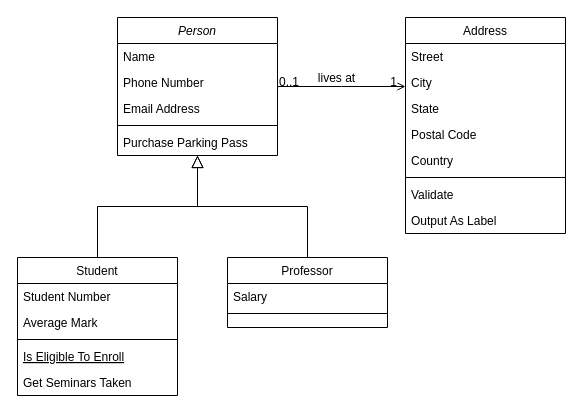
Before: Untitled Diagram.drawio in DoonOnthon/rsflips1, a draw.io diagram. Source tidied: cells renumbered, new cells numbered last; positions are measured from the earlier drawing's top-left corner, leaving out a move shared by most shapes. Both pictures are drawn from the tidied source at 100%, with x=0, y=0 at pixel (17, 17).
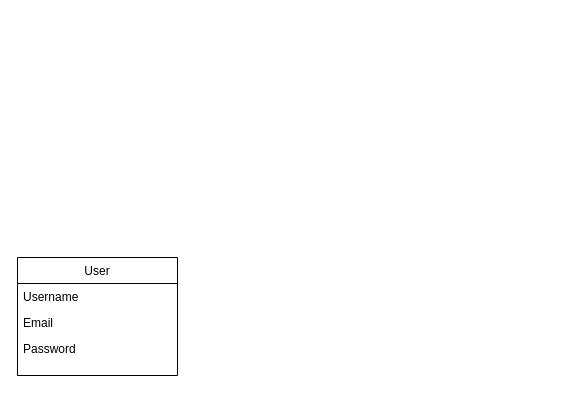
The same diagram, later.

The edit, as a diff of the source:
```diff
@@
-    <mxCell id="2" value="Person" style="swimlane;fontStyle=2;align=center;verticalAlign=top;horizontal=1;startSize=26;rounded=0;shadow=0;strokeWidth=1;" parent="1" vertex="1">
-      <mxGeometry x="100" width="160" height="138" as="geometry" />
-    </mxCell>
-    <mxCell id="3" value="Name" style="text;align=left;verticalAlign=top;spacingLeft=4;spacingRight=4;overflow=hidden;" parent="2" vertex="1">
-      <mxGeometry y="26" width="160" height="26" as="geometry" />
-    </mxCell>
-    <mxCell id="4" value="Phone Number" style="text;align=left;verticalAlign=top;spacingLeft=4;spacingRight=4;overflow=hidden;rounded=0;shadow=0;html=0;" parent="2" vertex="1">
-      <mxGeometry y="52" width="160" height="26" as="geometry" />
-    </mxCell>
-    <mxCell id="5" value="Email Address" style="text;align=left;verticalAlign=top;spacingLeft=4;spacingRight=4;overflow=hidden;rounded=0;shadow=0;html=0;" parent="2" vertex="1">
-      <mxGeometry y="78" width="160" height="26" as="geometry" />
-    </mxCell>
-    <mxCell id="6" style="line;html=1;strokeWidth=1;align=left;verticalAlign=middle;spacingTop=-1;spacingLeft=3;spacingRight=3;labelPosition=right;" parent="2" vertex="1">
-      <mxGeometry y="104" width="160" height="8" as="geometry" />
-    </mxCell>
-    <mxCell id="7" value="Purchase Parking Pass" style="text;align=left;verticalAlign=top;spacingLeft=4;spacingRight=4;overflow=hidden;" parent="2" vertex="1">
-      <mxGeometry y="112" width="160" height="26" as="geometry" />
-    </mxCell>
-    <mxCell id="8" value="Student" style="swimlane;fontStyle=0;align=center;verticalAlign=top;horizontal=1;startSize=26;rounded=0;shadow=0;strokeWidth=1;" parent="1" vertex="1">
-      <mxGeometry y="240" width="160" height="138" as="geometry" />
+    <mxCell id="8" value="User" style="swimlane;fontStyle=0;align=center;verticalAlign=top;horizontal=1;startSize=26;rounded=0;shadow=0;strokeWidth=1;" parent="1" vertex="1">
+      <mxGeometry y="240" width="160" height="118" as="geometry" />
     </mxCell>
-    <mxCell id="9" value="Student Number" style="text;align=left;verticalAlign=top;spacingLeft=4;spacingRight=4;overflow=hidden;" parent="8" vertex="1">
+    <mxCell id="9" value="Username" style="text;align=left;verticalAlign=top;spacingLeft=4;spacingRight=4;overflow=hidden;" parent="8" vertex="1">
       <mxGeometry y="26" width="160" height="26" as="geometry" />
     </mxCell>
-    <mxCell id="10" value="Average Mark" style="text;align=left;verticalAlign=top;spacingLeft=4;spacingRight=4;overflow=hidden;rounded=0;shadow=0;html=0;" parent="8" vertex="1">
+    <mxCell id="10" value="Email&#10;" style="text;align=left;verticalAlign=top;spacingLeft=4;spacingRight=4;overflow=hidden;rounded=0;shadow=0;html=0;" parent="8" vertex="1">
       <mxGeometry y="52" width="160" height="26" as="geometry" />
     </mxCell>
-    <mxCell id="11" style="line;html=1;strokeWidth=1;align=left;verticalAlign=middle;spacingTop=-1;spacingLeft=3;spacingRight=3;labelPosition=right;" parent="8" vertex="1">
-      <mxGeometry y="78" width="160" height="8" as="geometry" />
-    </mxCell>
-    <mxCell id="12" value="Is Eligible To Enroll" style="text;align=left;verticalAlign=top;spacingLeft=4;spacingRight=4;overflow=hidden;fontStyle=4;" parent="8" vertex="1">
-      <mxGeometry y="86" width="160" height="26" as="geometry" />
-    </mxCell>
-    <mxCell id="13" value="Get Seminars Taken" style="text;align=left;verticalAlign=top;spacingLeft=4;spacingRight=4;overflow=hidden;" parent="8" vertex="1">
-      <mxGeometry y="112" width="160" height="26" as="geometry" />
-    </mxCell>
-    <mxCell id="14" style="endArrow=block;endSize=10;endFill=0;shadow=0;strokeWidth=1;rounded=0;edgeStyle=elbowEdgeStyle;elbow=vertical;" parent="1" edge="1" source="8" target="2">
-      <mxGeometry relative="1" as="geometry" />
-    </mxCell>
-    <mxCell id="15" value="Professor" style="swimlane;fontStyle=0;align=center;verticalAlign=top;horizontal=1;startSize=26;rounded=0;shadow=0;strokeWidth=1;" parent="1" vertex="1">
-      <mxGeometry x="210" y="240" width="160" height="70" as="geometry" />
-    </mxCell>
-    <mxCell id="16" value="Salary" style="text;align=left;verticalAlign=top;spacingLeft=4;spacingRight=4;overflow=hidden;" parent="15" vertex="1">
-      <mxGeometry y="26" width="160" height="26" as="geometry" />
-    </mxCell>
-    <mxCell id="17" style="line;html=1;strokeWidth=1;align=left;verticalAlign=middle;spacingTop=-1;spacingLeft=3;spacingRight=3;labelPosition=right;" parent="15" vertex="1">
-      <mxGeometry y="52" width="160" height="8" as="geometry" />
-    </mxCell>
-    <mxCell id="18" style="endArrow=block;endSize=10;endFill=0;shadow=0;strokeWidth=1;rounded=0;edgeStyle=elbowEdgeStyle;elbow=vertical;" parent="1" edge="1" source="15" target="2">
-      <mxGeometry relative="1" as="geometry" />
-    </mxCell>
-    <mxCell id="19" value="Address" style="swimlane;fontStyle=0;align=center;verticalAlign=top;horizontal=1;startSize=26;rounded=0;shadow=0;strokeWidth=1;" parent="1" vertex="1">
-      <mxGeometry x="388" width="160" height="216" as="geometry" />
-    </mxCell>
-    <mxCell id="20" value="Street" style="text;align=left;verticalAlign=top;spacingLeft=4;spacingRight=4;overflow=hidden;" parent="19" vertex="1">
-      <mxGeometry y="26" width="160" height="26" as="geometry" />
-    </mxCell>
-    <mxCell id="21" value="City" style="text;align=left;verticalAlign=top;spacingLeft=4;spacingRight=4;overflow=hidden;rounded=0;shadow=0;html=0;" parent="19" vertex="1">
-      <mxGeometry y="52" width="160" height="26" as="geometry" />
-    </mxCell>
-    <mxCell id="22" value="State" style="text;align=left;verticalAlign=top;spacingLeft=4;spacingRight=4;overflow=hidden;rounded=0;shadow=0;html=0;" parent="19" vertex="1">
-      <mxGeometry y="78" width="160" height="26" as="geometry" />
-    </mxCell>
-    <mxCell id="23" value="Postal Code" style="text;align=left;verticalAlign=top;spacingLeft=4;spacingRight=4;overflow=hidden;rounded=0;shadow=0;html=0;" parent="19" vertex="1">
-      <mxGeometry y="104" width="160" height="26" as="geometry" />
-    </mxCell>
-    <mxCell id="24" value="Country" style="text;align=left;verticalAlign=top;spacingLeft=4;spacingRight=4;overflow=hidden;rounded=0;shadow=0;html=0;" parent="19" vertex="1">
-      <mxGeometry y="130" width="160" height="26" as="geometry" />
-    </mxCell>
-    <mxCell id="25" style="line;html=1;strokeWidth=1;align=left;verticalAlign=middle;spacingTop=-1;spacingLeft=3;spacingRight=3;labelPosition=right;" parent="19" vertex="1">
-      <mxGeometry y="156" width="160" height="8" as="geometry" />
-    </mxCell>
-    <mxCell id="26" value="Validate" style="text;align=left;verticalAlign=top;spacingLeft=4;spacingRight=4;overflow=hidden;" parent="19" vertex="1">
-      <mxGeometry y="164" width="160" height="26" as="geometry" />
-    </mxCell>
-    <mxCell id="27" value="Output As Label" style="text;align=left;verticalAlign=top;spacingLeft=4;spacingRight=4;overflow=hidden;" parent="19" vertex="1">
-      <mxGeometry y="190" width="160" height="26" as="geometry" />
-    </mxCell>
-    <mxCell id="28" style="endArrow=open;shadow=0;strokeWidth=1;rounded=0;endFill=1;edgeStyle=elbowEdgeStyle;elbow=vertical;" parent="1" edge="1" source="2" target="19">
-      <mxGeometry x="0.5" y="41" relative="1" as="geometry">
-        <mxPoint x="-40" y="32" as="offset" />
-      </mxGeometry>
-    </mxCell>
-    <mxCell id="29" value="0..1" style="align=left;verticalAlign=bottom;labelBackgroundColor=none;fontSize=12;" parent="28" vertex="1">
-      <mxGeometry x="-1" relative="1" as="geometry">
-        <mxPoint y="4" as="offset" />
-      </mxGeometry>
-    </mxCell>
-    <mxCell id="30" value="1" style="align=right;verticalAlign=bottom;labelBackgroundColor=none;fontSize=12;" parent="28" vertex="1">
-      <mxGeometry x="1" relative="1" as="geometry">
-        <mxPoint x="-7" y="4" as="offset" />
-      </mxGeometry>
-    </mxCell>
-    <mxCell id="31" value="lives at" style="text;html=1;align=center;verticalAlign=middle;labelBackgroundColor=none;rounded=0;shadow=0;strokeWidth=1;fontSize=12;" parent="28" vertex="1">
-      <mxGeometry x="0.5" y="49" relative="1" as="geometry">
-        <mxPoint x="-38" y="40" as="offset" />
-      </mxGeometry>
-    </mxCell>
+    <mxCell id="32" value="Password" style="text;align=left;verticalAlign=top;spacingLeft=4;spacingRight=4;overflow=hidden;rounded=0;shadow=0;html=0;" parent="8" vertex="1">
+      <mxGeometry y="78" width="160" height="26" as="geometry" />
+    </mxCell>
```
